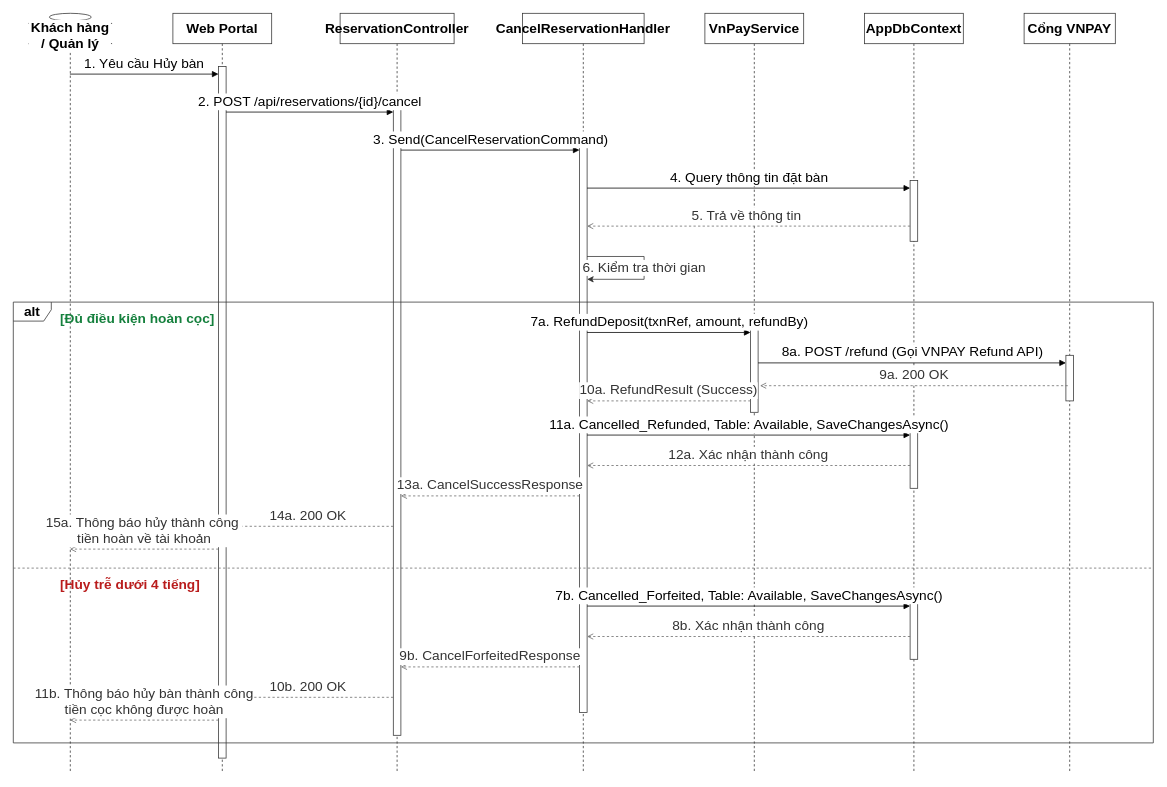
This is docs/phase1/drawio/sd05_cancellation_refund.drawio from AndrewQng/VinDining, a draw.io file, before an edit. Source tidied: cells renumbered, new cells numbered last; positions are measured from the earlier drawing's top-left corner, leaving out a move shared by most shapes. Both pictures are drawn from the tidied source at 76%, with x=0, y=0 at pixel (13, 13).
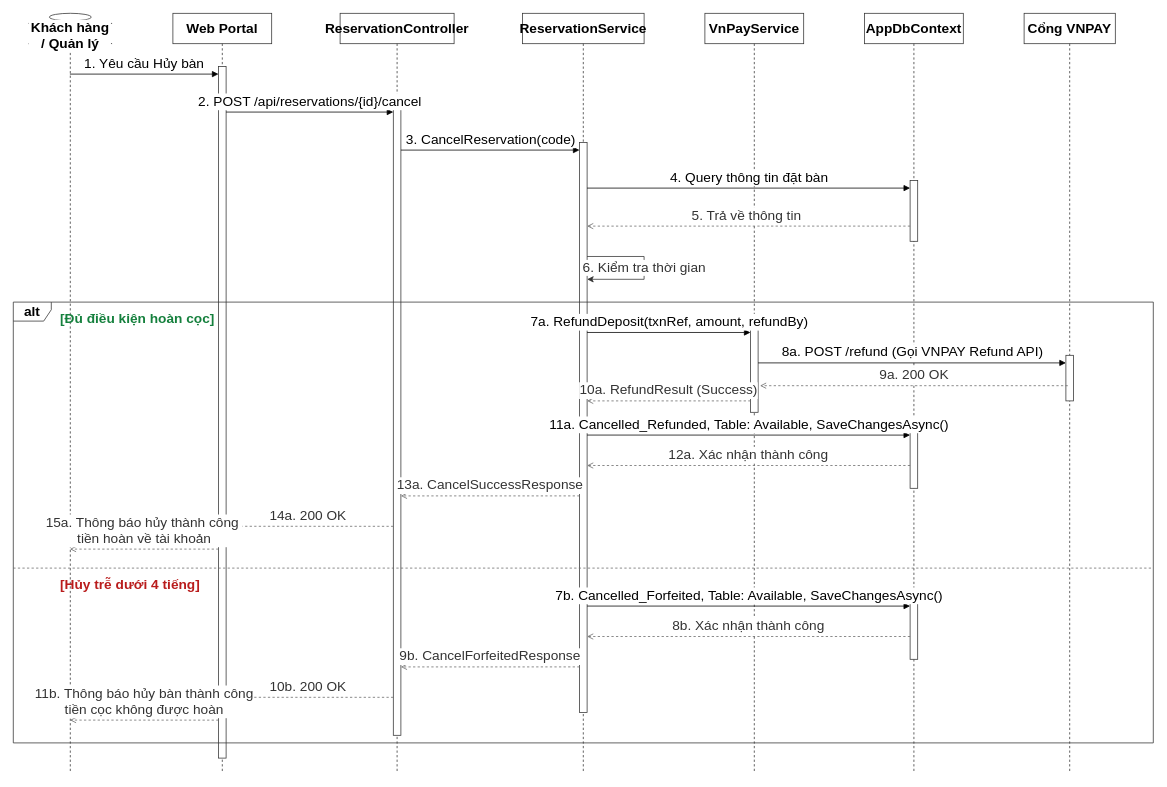
After the change.

Unchanged cells that the change refers to:
```xml
<mxCell id="6" style="html=1;points=[];perimeter=orthogonalPerimeter;outlineConnect=0;fillColor=#ffffff;strokeColor=#333333;fontSize=18;" parent="5" vertex="1">
  <mxGeometry x="70" y="120" width="10" height="830" as="geometry" />
</mxCell>
<mxCell id="8" style="html=1;points=[];perimeter=orthogonalPerimeter;outlineConnect=0;fillColor=#ffffff;strokeColor=#333333;fontSize=18;" parent="7" vertex="1">
  <mxGeometry x="75" y="170" width="10" height="750" as="geometry" />
</mxCell>
```

What changed in the source:
```diff
@@
-    <mxCell id="7" value="CancelReservationHandler" style="shape=umlLifeline;perimeter=lifelinePerimeter;whiteSpace=wrap;html=1;size=40;fontSize=18;fontStyle=1;fillColor=#ffffff;strokeColor=#333333;" parent="1" vertex="1">
+    <mxCell id="7" value="ReservationService" style="shape=umlLifeline;perimeter=lifelinePerimeter;whiteSpace=wrap;html=1;size=40;fontSize=18;fontStyle=1;fillColor=#ffffff;strokeColor=#333333;" parent="1" vertex="1">
       <mxGeometry x="670" width="160" height="1000" as="geometry" />
     </mxCell>
@@
-    <mxCell id="19" value="3. Send(CancelReservationCommand)" style="html=1;verticalAlign=bottom;endArrow=block;curved=0;rounded=0;exitX=1;exitY=0.0723;entryX=0;entryY=0.0133;fontSize=18;" parent="1" edge="1" source="6" target="8">
+    <mxCell id="19" value="3. CancelReservation(code)" style="html=1;verticalAlign=bottom;endArrow=block;curved=0;rounded=0;exitX=1;exitY=0.0723;entryX=0;entryY=0.0133;fontSize=18;" parent="1" edge="1" source="6" target="8">
       <mxGeometry relative="1" as="geometry" />
     </mxCell>
```
